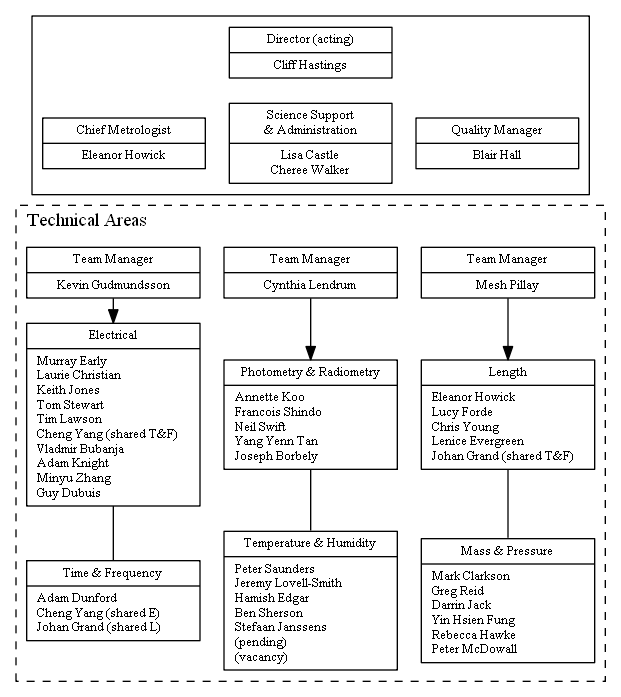
Before: quality_manual_document/pictures/MSL_org_full.png, a diagram exported from Graphviz (MSLNZ/Quality-Manual). Its source is kept beside it as quality_manual_document/pictures/MSL_org_full.gv.
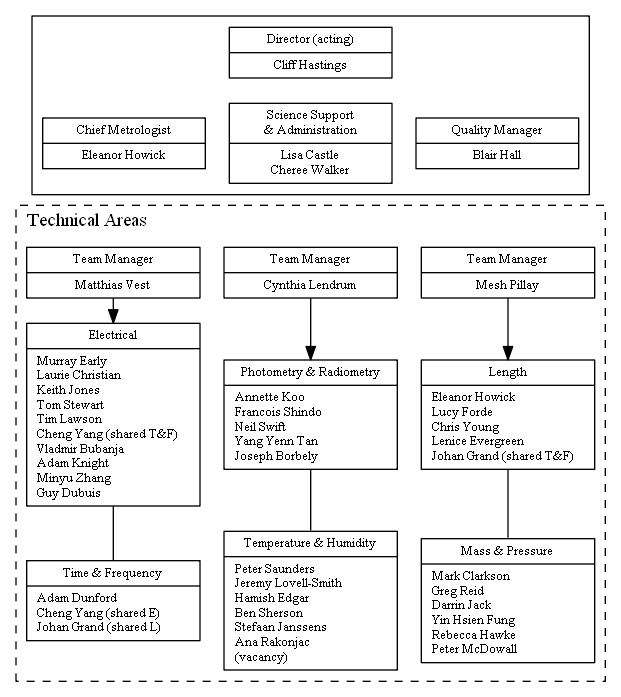
Later version of the same file.

What changed in the source:
```diff
@@ -72,7 +72,7 @@
 
         TeamElectricalTime[
             label="{Team Manager|"
-            +   "Kevin Gudmundsson\n" // "Cliff Hastings\n"
+            +   "Matthias Vest\n"
             +   "}"
         ];
 
@@ -127,7 +127,7 @@
         +	"Hamish Edgar\l"
         +	"Ben Sherson\l"
         +   "Stefaan Janssens\l"
-        +   "(pending)\l"
+        +   "Ana Rakonjac\l"
         +   "(vacancy)\l"
         +   "}"
         ];
```
